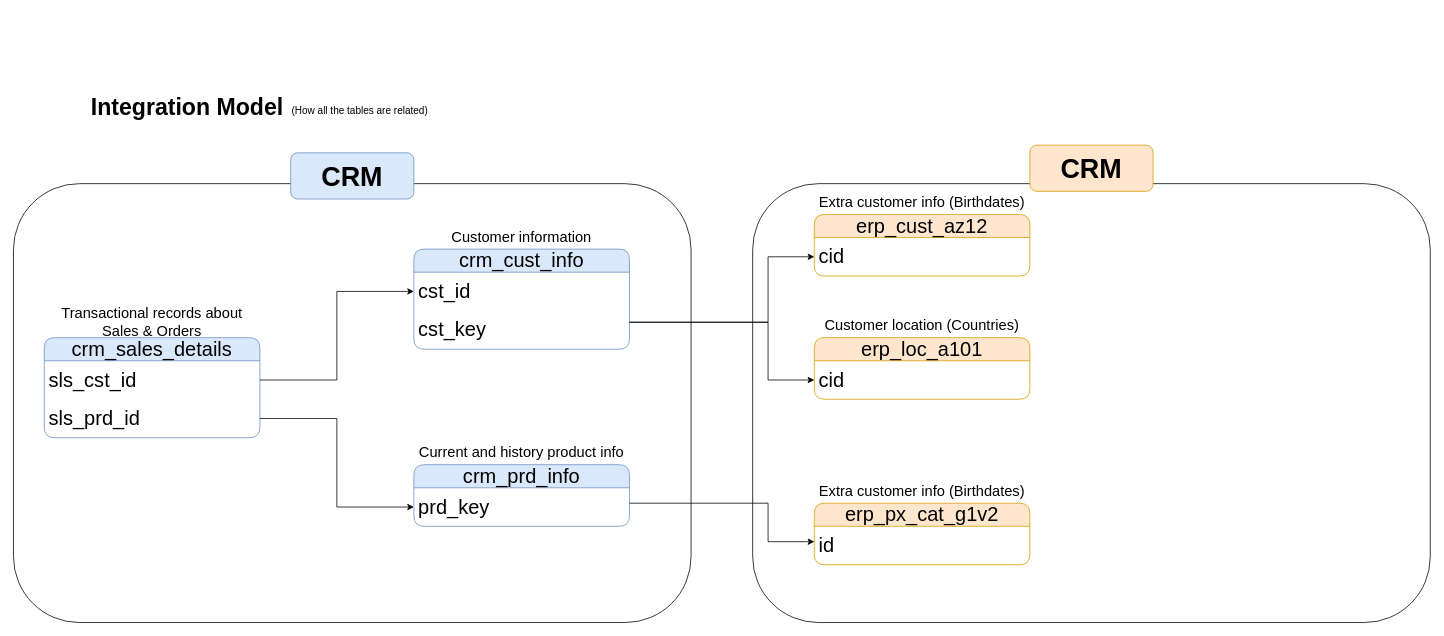
Above: docs/Integration Model.drawio in Khuselonditha/sql-data-warehouse-project (draw.io), before the change. Source tidied: cells renumbered, new cells numbered last; positions are measured from the earlier drawing's top-left corner, leaving out a move shared by most shapes. Both pictures are drawn from the tidied source at 77%, with x=0, y=0 at pixel (13, 91).
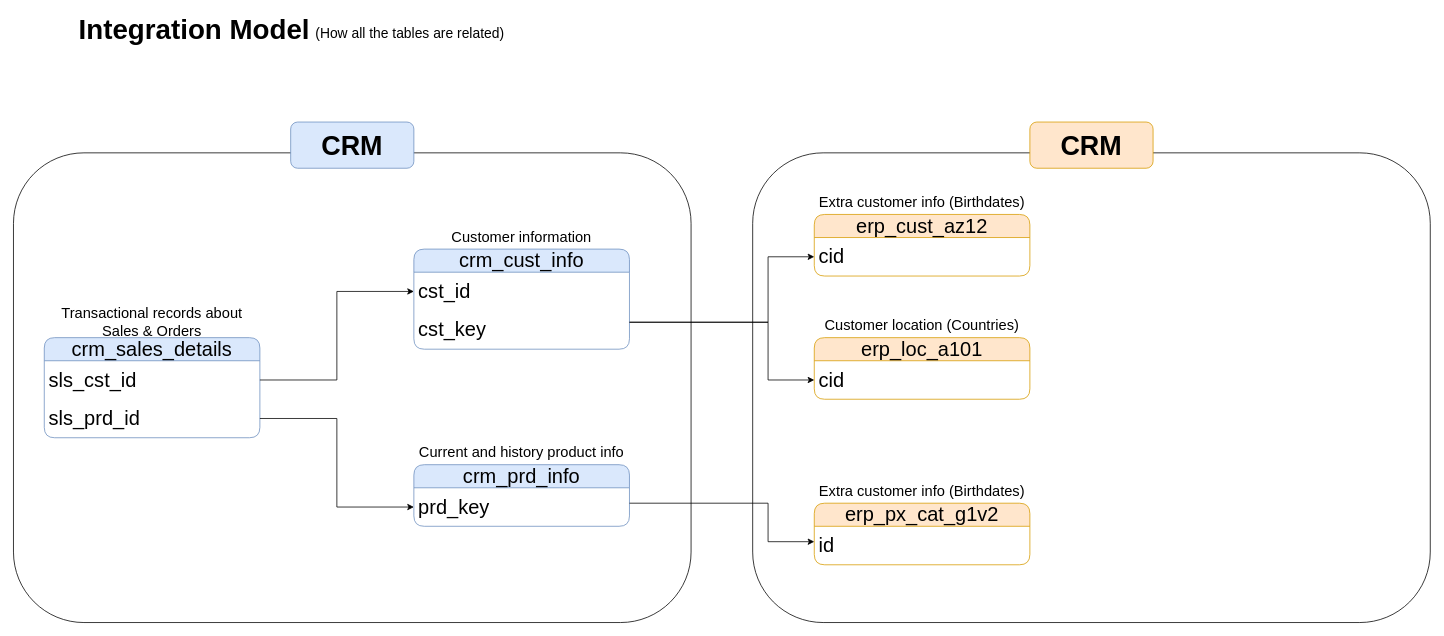
Above is the later version.

Commit message:
After updating the integration model

Diff of the diagram source:
```diff
@@
-    <mxCell id="6" value="&lt;font style=&quot;font-size: 30px;&quot;&gt;&lt;b&gt;Integration Model&amp;nbsp;&lt;/b&gt;&lt;/font&gt;" style="text;html=1;align=center;verticalAlign=middle;whiteSpace=wrap;rounded=0;" parent="1" vertex="1">
-      <mxGeometry x="80" width="300" height="40" as="geometry" />
+    <mxCell id="6" value="&lt;font style=&quot;font-size: 36px;&quot;&gt;&lt;b style=&quot;&quot;&gt;Integration Model&amp;nbsp;&lt;/b&gt;&lt;/font&gt;" style="text;html=1;align=center;verticalAlign=middle;whiteSpace=wrap;rounded=0;" parent="1" vertex="1">
+      <mxGeometry x="70" y="-100" width="340" height="40" as="geometry" />
     </mxCell>
-    <mxCell id="7" value="&lt;font style=&quot;font-size: 13px;&quot;&gt;(How all the tables are related)&lt;/font&gt;" style="text;html=1;align=center;verticalAlign=middle;whiteSpace=wrap;rounded=0;" parent="1" vertex="1">
-      <mxGeometry x="350" y="10" width="200" height="30" as="geometry" />
+    <mxCell id="7" value="&lt;font style=&quot;font-size: 18px;&quot;&gt;(How all the tables are related)&lt;/font&gt;" style="text;html=1;align=center;verticalAlign=middle;whiteSpace=wrap;rounded=0;" parent="1" vertex="1">
+      <mxGeometry x="380" y="-90" width="270" height="30" as="geometry" />
     </mxCell>
@@
     <mxCell id="29" style="rounded=1;whiteSpace=wrap;html=1;fillColor=none;" parent="1" vertex="1">
-      <mxGeometry y="120" width="880" height="570" as="geometry" />
+      <mxGeometry y="80" width="880" height="610" as="geometry" />
     </mxCell>
     <mxCell id="30" style="rounded=1;whiteSpace=wrap;html=1;fillColor=none;" parent="1" vertex="1">
-      <mxGeometry x="960" y="120" width="880" height="570" as="geometry" />
+      <mxGeometry x="960" y="80" width="880" height="610" as="geometry" />
     </mxCell>
     <mxCell id="31" value="&lt;font style=&quot;font-size: 35px;&quot;&gt;&lt;b&gt;CRM&lt;/b&gt;&lt;/font&gt;" style="rounded=1;whiteSpace=wrap;html=1;fillColor=#dae8fc;strokeColor=#6c8ebf;" parent="1" vertex="1">
-      <mxGeometry x="360" y="80" width="160" height="60" as="geometry" />
+      <mxGeometry x="360" y="40" width="160" height="60" as="geometry" />
     </mxCell>
     <mxCell id="32" value="&lt;font style=&quot;font-size: 35px;&quot;&gt;&lt;b&gt;CRM&lt;/b&gt;&lt;/font&gt;" style="rounded=1;whiteSpace=wrap;html=1;fillColor=#ffe6cc;strokeColor=#d79b00;" parent="1" vertex="1">
-      <mxGeometry x="1320" y="70" width="160" height="60" as="geometry" />
+      <mxGeometry x="1320" y="40" width="160" height="60" as="geometry" />
     </mxCell>
```
